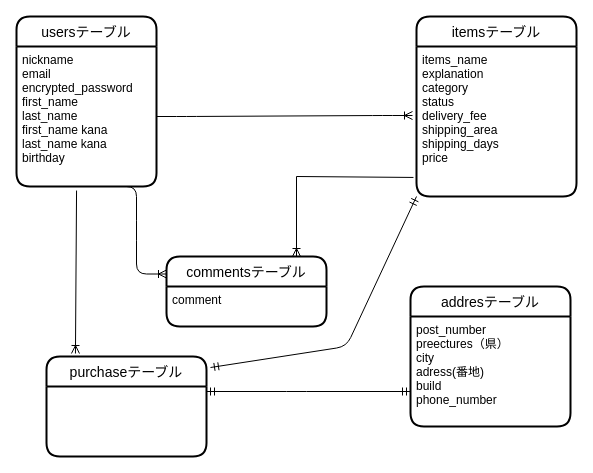
ookurayuuhei/furima-37439 keeps this draw.io diagram as ER図.dio. Above is the earlier version. Source tidied: cells renumbered, new cells numbered last; positions are measured from the earlier drawing's top-left corner, leaving out a move shared by most shapes. Both pictures are drawn from the tidied source at 100%, with x=0, y=0 at pixel (16, 16).
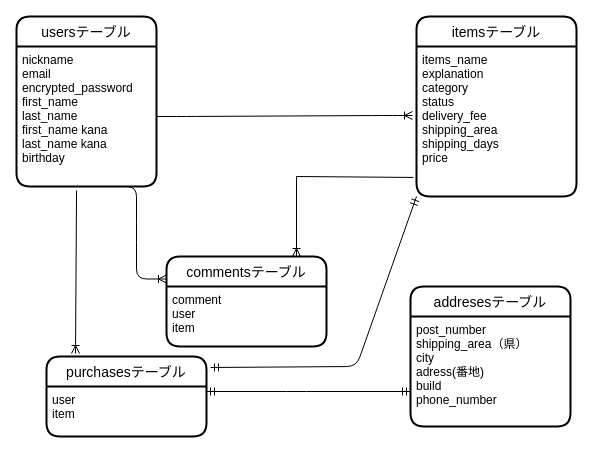
The same diagram, later.

The change refers to these unchanged cells:
```xml
<mxCell id="3" value="nickname&#10;email&#10;encrypted_password&#10;first_name&#10;last_name&#10;first_name kana&#10;last_name kana&#10;birthday&#10;" style="align=left;strokeColor=none;fillColor=none;spacingLeft=4;fontSize=12;verticalAlign=top;" parent="2" vertex="1">
  <mxGeometry y="30" width="140" height="140" as="geometry" />
</mxCell>
<mxCell id="5" value="items_name&#10;explanation&#10;category&#10;status&#10;delivery_fee&#10;shipping_area&#10;shipping_days&#10;price" style="align=left;strokeColor=none;fillColor=none;spacingLeft=4;fontSize=12;verticalAlign=top;" parent="4" vertex="1">
  <mxGeometry y="30" width="160" height="150" as="geometry" />
</mxCell>
```

What changed in the source:
```diff
@@
     <mxCell id="6" value="commentsテーブル" style="swimlane;horizontal=1;startSize=30;rounded=1;fontSize=14;fontStyle=0;strokeWidth=2;shadow=0;dashed=0;align=center;" parent="1" vertex="1">
-      <mxGeometry x="150" y="240" width="160" height="70" as="geometry" />
+      <mxGeometry x="150" y="240" width="160" height="90" as="geometry" />
     </mxCell>
-    <mxCell id="7" value="comment" style="align=left;strokeColor=none;fillColor=none;spacingLeft=4;fontSize=12;verticalAlign=top;" parent="6" vertex="1">
-      <mxGeometry y="30" width="160" height="40" as="geometry" />
+    <mxCell id="7" value="comment&#10;user&#10;item" style="align=left;strokeColor=none;fillColor=none;spacingLeft=4;fontSize=12;verticalAlign=top;" parent="6" vertex="1">
+      <mxGeometry y="30" width="160" height="60" as="geometry" />
     </mxCell>
@@
-    <mxCell id="12" value="addresテーブル" style="swimlane;horizontal=1;startSize=30;rounded=1;fontSize=14;fontStyle=0;strokeWidth=2;shadow=0;dashed=0;align=center;" parent="1" vertex="1">
+    <mxCell id="12" value="addresesテーブル" style="swimlane;horizontal=1;startSize=30;rounded=1;fontSize=14;fontStyle=0;strokeWidth=2;shadow=0;dashed=0;align=center;" parent="1" vertex="1">
       <mxGeometry x="394" y="270" width="160" height="140" as="geometry" />
     </mxCell>
-    <mxCell id="13" value="post_number&#10;preectures（県）&#10;city&#10;adress(番地)&#10;build&#10;phone_number&#10;" style="align=left;strokeColor=none;fillColor=none;spacingLeft=4;fontSize=12;verticalAlign=top;" parent="12" vertex="1">
+    <mxCell id="13" value="post_number&#10;shipping_area（県）&#10;city&#10;adress(番地)&#10;build&#10;phone_number&#10;" style="align=left;strokeColor=none;fillColor=none;spacingLeft=4;fontSize=12;verticalAlign=top;" parent="12" vertex="1">
       <mxGeometry y="30" width="160" height="110" as="geometry" />
     </mxCell>
-    <mxCell id="14" value="purchaseテーブル" style="swimlane;horizontal=1;startSize=30;rounded=1;fontSize=14;fontStyle=0;strokeWidth=2;shadow=0;dashed=0;align=center;" parent="1" vertex="1">
-      <mxGeometry x="30" y="340" width="160" height="100" as="geometry" />
-    </mxCell>
-    <mxCell id="15" style="fontSize=12;html=1;endArrow=ERoneToMany;entryX=0.181;entryY=-0.03;entryDx=0;entryDy=0;entryPerimeter=0;exitX=0.429;exitY=1.029;exitDx=0;exitDy=0;exitPerimeter=0;" parent="1" edge="1" source="3" target="14">
-      <mxGeometry relative="1" as="geometry" />
+    <mxCell id="15" style="fontSize=12;html=1;endArrow=ERoneToMany;entryX=0.181;entryY=-0.03;entryDx=0;entryDy=0;entryPerimeter=0;exitX=0.429;exitY=1.029;exitDx=0;exitDy=0;exitPerimeter=0;" parent="1" edge="1" source="3">
+      <mxGeometry relative="1" as="geometry">
+        <mxPoint x="59" y="337" as="targetPoint" />
+      </mxGeometry>
     </mxCell>
@@
-    <mxCell id="17" style="fontSize=12;html=1;endArrow=ERmandOne;startArrow=ERmandOne;entryX=0;entryY=1;entryDx=0;entryDy=0;exitX=1.025;exitY=0.11;exitDx=0;exitDy=0;exitPerimeter=0;" parent="1" edge="1" source="14" target="5">
+    <mxCell id="17" style="fontSize=12;html=1;endArrow=ERmandOne;startArrow=ERmandOne;entryX=0;entryY=1;entryDx=0;entryDy=0;exitX=1.025;exitY=0.11;exitDx=0;exitDy=0;exitPerimeter=0;" parent="1" edge="1" target="5">
       <mxGeometry relative="1" as="geometry">
+        <mxPoint x="194" y="351" as="sourcePoint" />
         <Array as="points">
-          <mxPoint x="330" y="330" />
+          <mxPoint x="340" y="350" />
         </Array>
       </mxGeometry>
     </mxCell>
+    <mxCell id="18" value="purchasesテーブル" style="swimlane;horizontal=1;startSize=30;rounded=1;fontSize=14;fontStyle=0;strokeWidth=2;shadow=0;dashed=0;align=center;" parent="1" vertex="1">
+      <mxGeometry x="30" y="340" width="160" height="80" as="geometry" />
+    </mxCell>
+    <mxCell id="19" value="user&#10;item" style="align=left;strokeColor=none;fillColor=none;spacingLeft=4;fontSize=12;verticalAlign=top;" parent="18" vertex="1">
+      <mxGeometry y="30" width="160" height="50" as="geometry" />
+    </mxCell>
```
